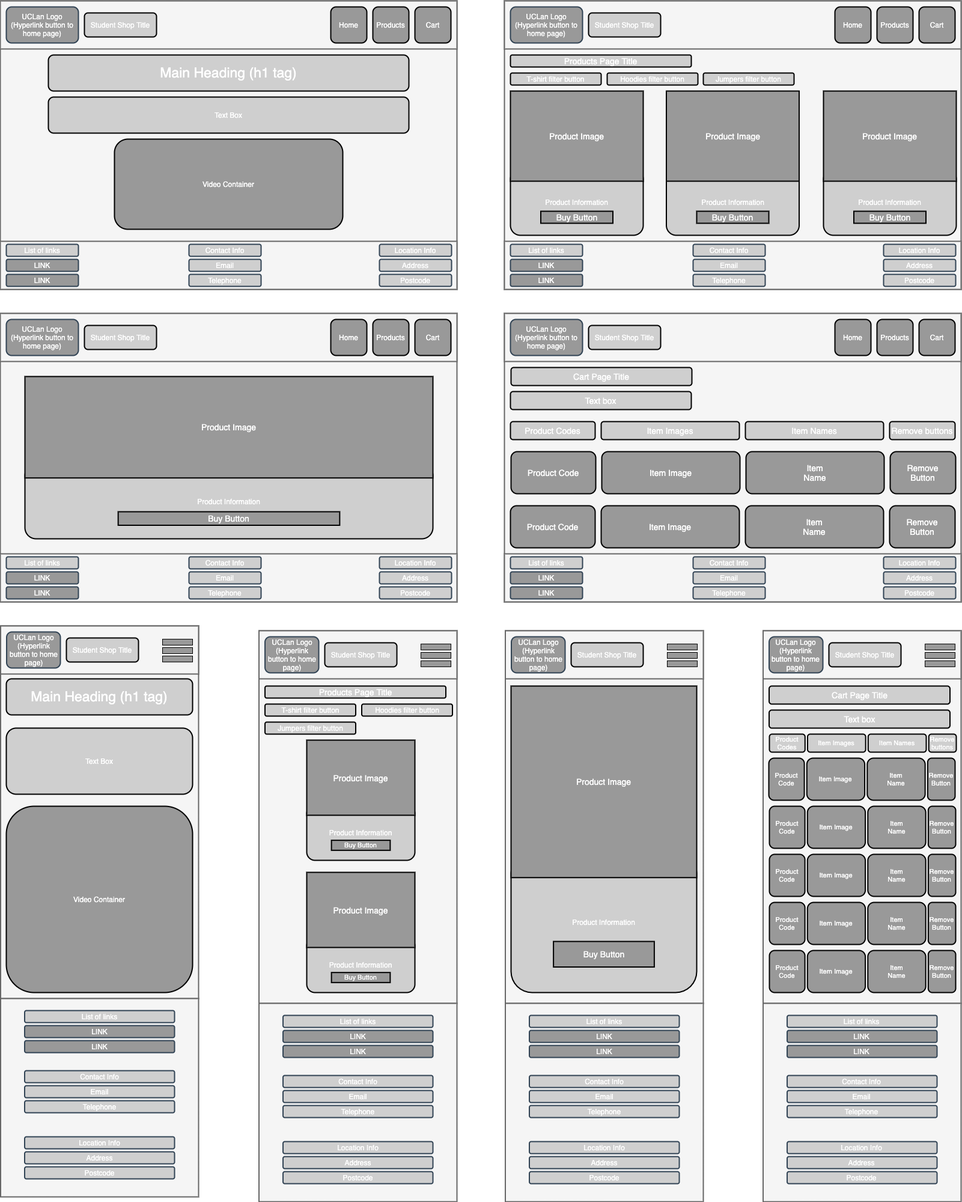
willc03/L4_Web-Technologies-Assignment-1 keeps this draw.io diagram as Wireframe.png. Above is the earlier version. Source tidied: cells renumbered, new cells last; positions are measured from the earlier drawing's top-left corner, leaving out a move shared by most shapes.
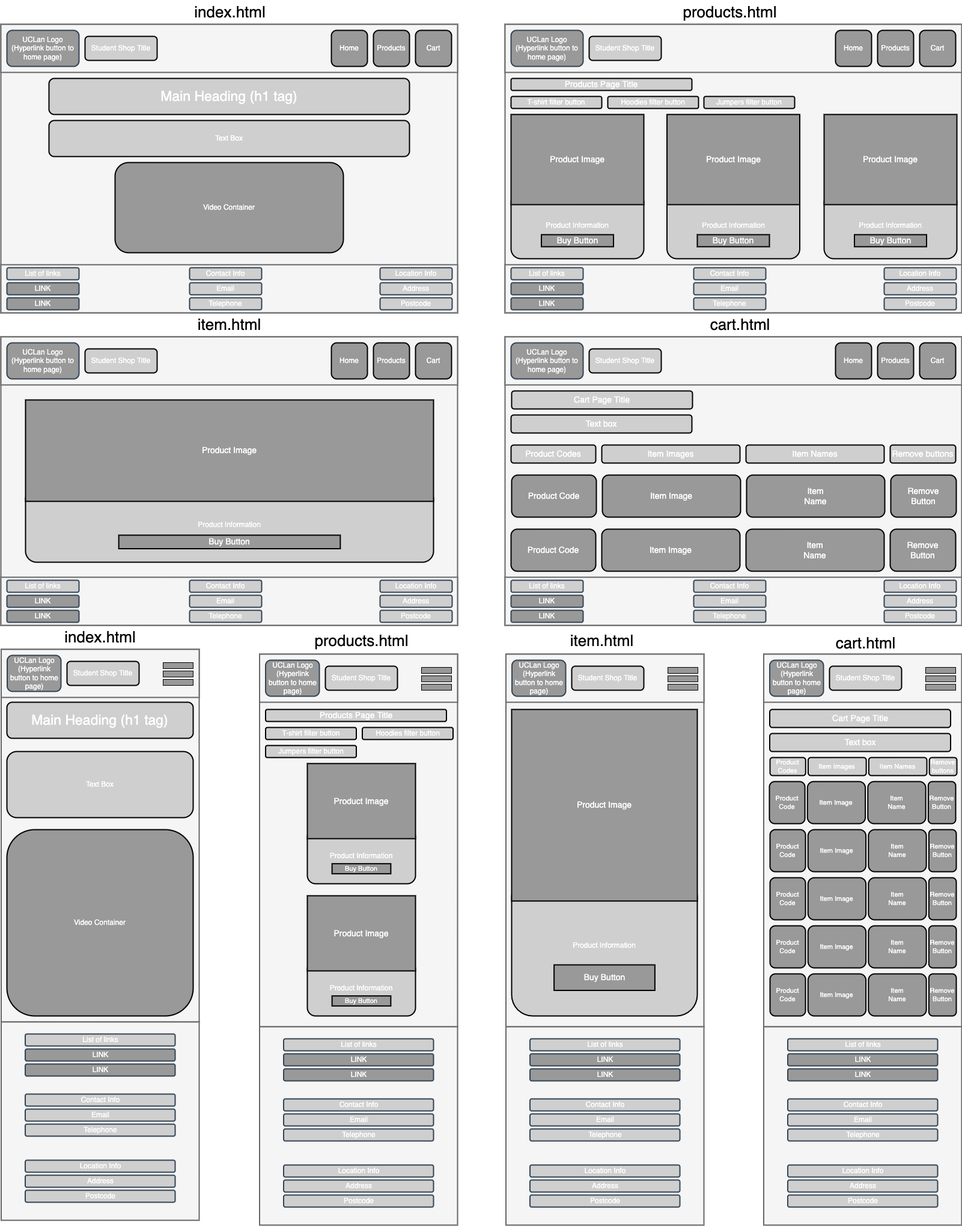
Above is the later version.

The edit, as a diff of the source:
```diff
@@ -731,5 +731,29 @@
     <mxCell id="244" value="Buy Button" style="rounded=0;whiteSpace=wrap;html=1;fontSize=11;fontColor=#FFFFFF;strokeWidth=2;fillColor=#999999;sketch=0;glass=0;" parent="241" vertex="1">
       <mxGeometry x="41.1" y="166.7" width="97.7" height="16.7" as="geometry" />
     </mxCell>
+    <mxCell id="245" value="index.html" style="text;html=1;align=center;verticalAlign=middle;strokeColor=none;fillColor=none;fontSize=26;" parent="1" vertex="1">
+      <mxGeometry x="315.5" y="-40" width="130" height="40" as="geometry" />
+    </mxCell>
+    <mxCell id="246" value="products.html" style="text;html=1;align=center;verticalAlign=middle;strokeColor=none;fillColor=none;fontSize=26;" parent="1" vertex="1">
+      <mxGeometry x="1128" y="-40" width="170" height="40" as="geometry" />
+    </mxCell>
+    <mxCell id="247" value="item.html" style="text;html=1;align=center;verticalAlign=middle;strokeColor=none;fillColor=none;fontSize=26;" parent="1" vertex="1">
+      <mxGeometry x="319.5" y="480" width="120" height="40" as="geometry" />
+    </mxCell>
+    <mxCell id="248" value="cart.html" style="text;html=1;align=center;verticalAlign=middle;strokeColor=none;fillColor=none;fontSize=26;" parent="1" vertex="1">
+      <mxGeometry x="1170" y="480" width="120" height="40" as="geometry" />
+    </mxCell>
+    <mxCell id="249" value="index.html" style="text;html=1;align=center;verticalAlign=middle;strokeColor=none;fillColor=none;fontSize=26;" parent="1" vertex="1">
+      <mxGeometry x="100" y="1000" width="130" height="40" as="geometry" />
+    </mxCell>
+    <mxCell id="250" value="products.html" style="text;html=1;align=center;verticalAlign=middle;strokeColor=none;fillColor=none;fontSize=26;" parent="1" vertex="1">
+      <mxGeometry x="515" y="1006" width="170" height="40" as="geometry" />
+    </mxCell>
+    <mxCell id="251" value="item.html" style="text;html=1;align=center;verticalAlign=middle;strokeColor=none;fillColor=none;fontSize=26;" parent="1" vertex="1">
+      <mxGeometry x="939.5" y="1006" width="120" height="40" as="geometry" />
+    </mxCell>
+    <mxCell id="252" value="cart.html" style="text;html=1;align=center;verticalAlign=middle;strokeColor=none;fillColor=none;fontSize=26;" parent="1" vertex="1">
+      <mxGeometry x="1379" y="1010" width="120" height="40" as="geometry" />
+    </mxCell>
   </root>
 </mxGraphModel>
```
